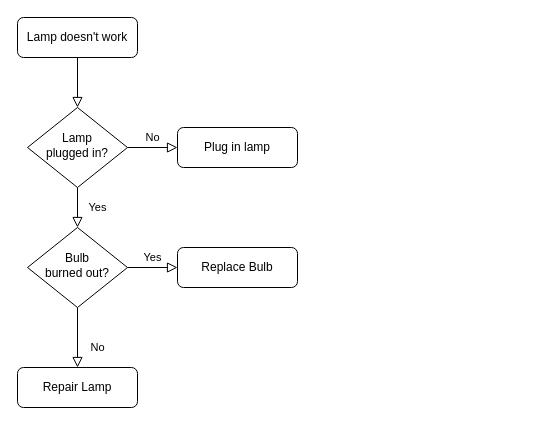
The draw.io diagram Untitled Diagram.drawio in 8luex/test-railway, before the edit. Source tidied: cells renumbered, new cells numbered last; positions are measured from the earlier drawing's top-left corner, leaving out a move shared by most shapes. Both pictures are drawn from the tidied source at 100%, with x=0, y=0 at pixel (17, 17).
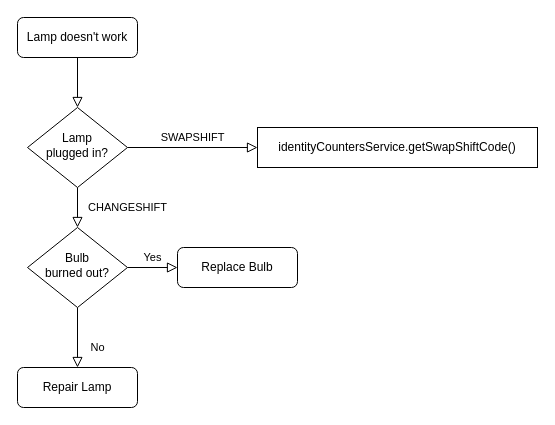
The same diagram, later.

The edit, as a diff of the source:
```diff
@@
 <mxGraphModel>
   <root>
     <mxCell id="0" />
     <mxCell id="1" parent="0" />
     <mxCell id="2" style="rounded=0;html=1;jettySize=auto;fontSize=11;endArrow=block;endFill=0;endSize=8;strokeWidth=1;shadow=0;labelBackgroundColor=none;edgeStyle=orthogonalEdgeStyle;" parent="1" edge="1" source="3" target="6">
       <mxGeometry relative="1" as="geometry" />
     </mxCell>
     <mxCell id="3" value="Lamp doesn't work" style="rounded=1;whiteSpace=wrap;html=1;fontSize=12;glass=0;strokeWidth=1;shadow=0;" parent="1" vertex="1">
       <mxGeometry width="120" height="40" as="geometry" />
     </mxCell>
-    <mxCell id="4" value="Yes" style="rounded=0;html=1;jettySize=auto;fontSize=11;endArrow=block;endFill=0;endSize=8;strokeWidth=1;shadow=0;labelBackgroundColor=none;edgeStyle=orthogonalEdgeStyle;" parent="1" edge="1" source="6" target="10">
-      <mxGeometry y="20" relative="1" as="geometry" />
+    <mxCell id="4" value="CHANGESHIFT" style="rounded=0;html=1;jettySize=auto;fontSize=11;endArrow=block;endFill=0;endSize=8;strokeWidth=1;shadow=0;labelBackgroundColor=none;edgeStyle=orthogonalEdgeStyle;" parent="1" edge="1" source="6" target="10">
+      <mxGeometry y="50" relative="1" as="geometry" />
     </mxCell>
-    <mxCell id="5" value="No" style="edgeStyle=orthogonalEdgeStyle;rounded=0;html=1;jettySize=auto;fontSize=11;endArrow=block;endFill=0;endSize=8;strokeWidth=1;shadow=0;labelBackgroundColor=none;" parent="1" edge="1" source="6" target="7">
+    <mxCell id="5" value="SWAPSHIFT" style="edgeStyle=orthogonalEdgeStyle;rounded=0;html=1;jettySize=auto;fontSize=11;endArrow=block;endFill=0;endSize=8;strokeWidth=1;shadow=0;labelBackgroundColor=none;" parent="1" edge="1" source="6" target="7">
       <mxGeometry y="10" relative="1" as="geometry" />
     </mxCell>
     <mxCell id="6" value="Lamp&lt;br&gt;plugged in?" style="rhombus;whiteSpace=wrap;html=1;shadow=0;fontFamily=Helvetica;fontSize=12;align=center;strokeWidth=1;spacing=6;spacingTop=-4;" parent="1" vertex="1">
       <mxGeometry x="10" y="90" width="100" height="80" as="geometry" />
     </mxCell>
-    <mxCell id="7" value="Plug in lamp" style="rounded=1;whiteSpace=wrap;html=1;fontSize=12;glass=0;strokeWidth=1;shadow=0;" parent="1" vertex="1">
-      <mxGeometry x="160" y="110" width="120" height="40" as="geometry" />
+    <mxCell id="7" value="identityCountersService.getSwapShiftCode()" style="rounded=1;whiteSpace=wrap;html=1;fontSize=12;glass=0;strokeWidth=1;shadow=0;arcSize=0;" parent="1" vertex="1">
+      <mxGeometry x="240" y="110" width="280" height="40" as="geometry" />
     </mxCell>
     <mxCell id="8" value="No" style="rounded=0;html=1;jettySize=auto;fontSize=11;endArrow=block;endFill=0;endSize=8;strokeWidth=1;shadow=0;labelBackgroundColor=none;edgeStyle=orthogonalEdgeStyle;" parent="1" edge="1" source="10" target="11">
       <mxGeometry x="0.33" y="20" relative="1" as="geometry" />
     </mxCell>
     <mxCell id="9" value="Yes" style="edgeStyle=orthogonalEdgeStyle;rounded=0;html=1;jettySize=auto;fontSize=11;endArrow=block;endFill=0;endSize=8;strokeWidth=1;shadow=0;labelBackgroundColor=none;" parent="1" edge="1" source="10" target="12">
       <mxGeometry y="10" relative="1" as="geometry" />
     </mxCell>
     <mxCell id="10" value="Bulb&lt;br&gt;burned out?" style="rhombus;whiteSpace=wrap;html=1;shadow=0;fontFamily=Helvetica;fontSize=12;align=center;strokeWidth=1;spacing=6;spacingTop=-4;" parent="1" vertex="1">
       <mxGeometry x="10" y="210" width="100" height="80" as="geometry" />
     </mxCell>
     <mxCell id="11" value="Repair Lamp" style="rounded=1;whiteSpace=wrap;html=1;fontSize=12;glass=0;strokeWidth=1;shadow=0;" parent="1" vertex="1">
       <mxGeometry y="350" width="120" height="40" as="geometry" />
     </mxCell>
     <mxCell id="12" value="Replace Bulb" style="rounded=1;whiteSpace=wrap;html=1;fontSize=12;glass=0;strokeWidth=1;shadow=0;" parent="1" vertex="1">
       <mxGeometry x="160" y="230" width="120" height="40" as="geometry" />
     </mxCell>
   </root>
 </mxGraphModel>
```
